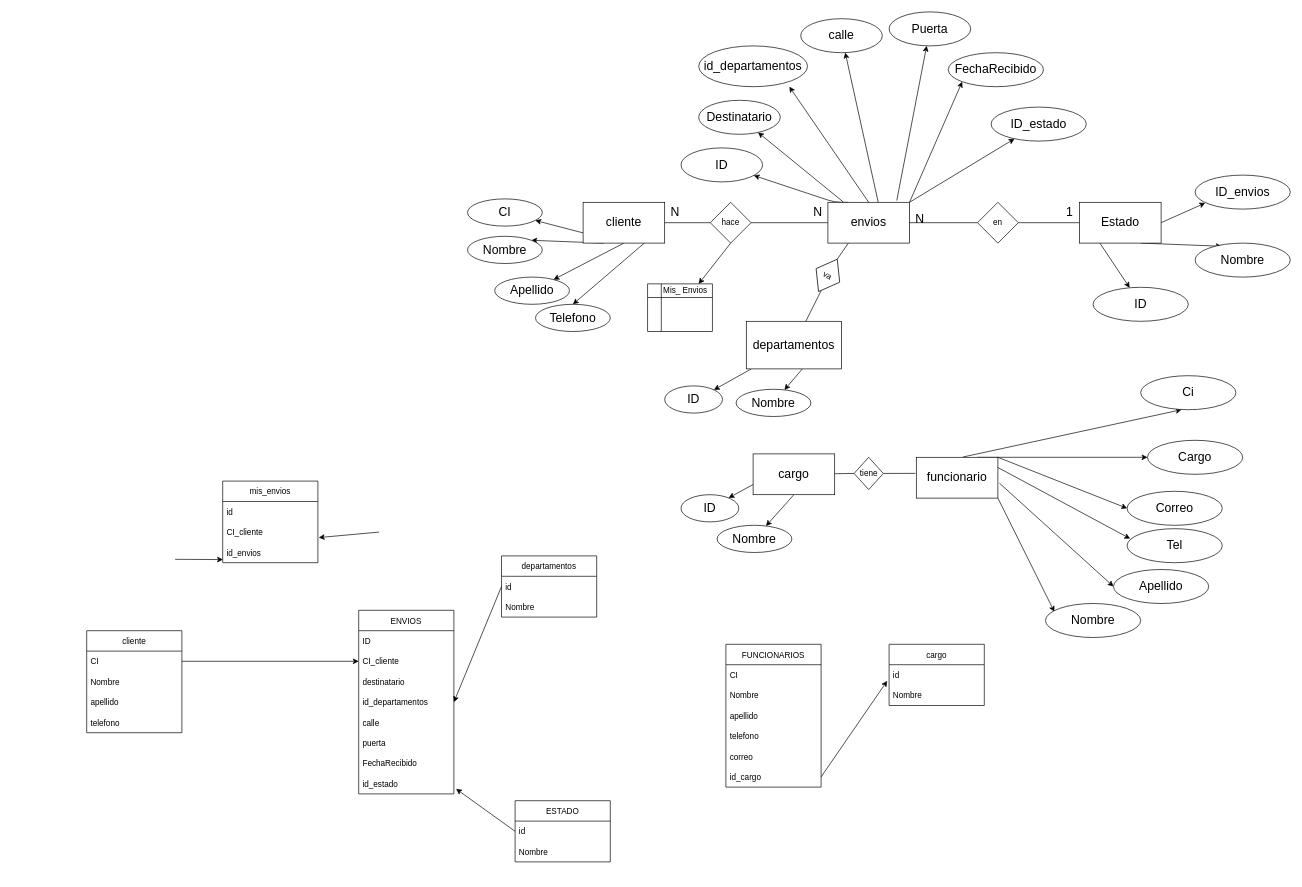
The draw.io diagram documentacion/Mer/mer_V6.drawio in mateovillaa11/Proyecto_FindeA-o, before the edit. Source tidied: cells renumbered, new cells numbered last; positions are measured from the earlier drawing's top-left corner, leaving out a move shared by most shapes. Both pictures are drawn from the tidied source at 68%, with x=0, y=0 at pixel (86, 12).
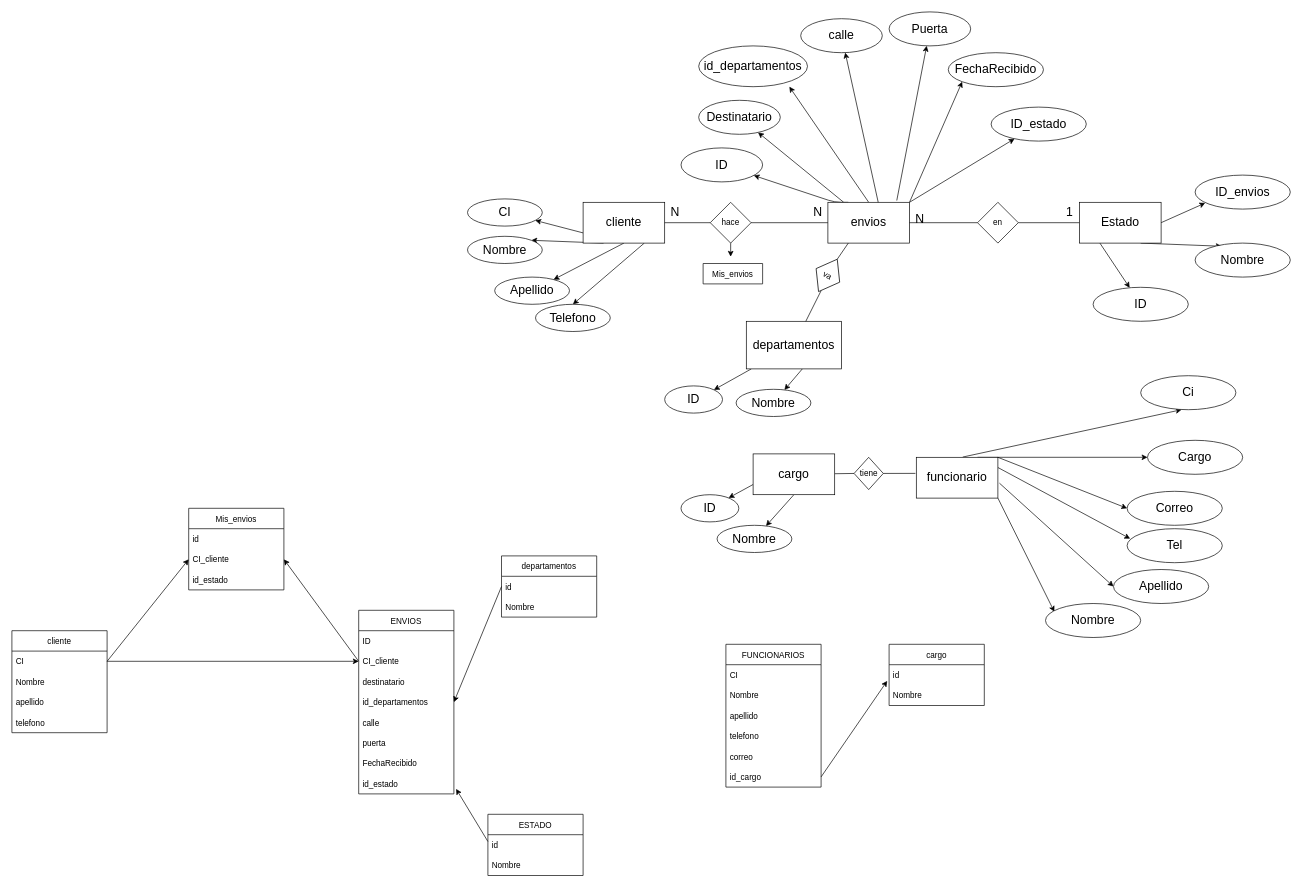
The same diagram, later.

Unchanged cells that the change refers to:
```xml
<mxCell id="11" value="hace" style="rhombus;whiteSpace=wrap;html=1;" parent="1" vertex="1">
  <mxGeometry x="917" y="280" width="60" height="60" as="geometry" />
</mxCell>
<mxCell id="67" value="CI_cliente" style="text;strokeColor=none;fillColor=none;align=left;verticalAlign=middle;spacingLeft=4;spacingRight=4;overflow=hidden;points=[[0,0.5],[1,0.5]];portConstraint=eastwest;" parent="65" vertex="1">
  <mxGeometry y="60" width="140" height="30" as="geometry" />
</mxCell>
<mxCell id="73" value="id_estado" style="text;strokeColor=none;fillColor=none;align=left;verticalAlign=middle;spacingLeft=4;spacingRight=4;overflow=hidden;points=[[0,0.5],[1,0.5]];portConstraint=eastwest;" parent="65" vertex="1">
  <mxGeometry y="240" width="140" height="30" as="geometry" />
</mxCell>
<mxCell id="78" value="CI" style="text;strokeColor=none;fillColor=none;align=left;verticalAlign=middle;spacingLeft=4;spacingRight=4;overflow=hidden;points=[[0,0.5],[1,0.5]];portConstraint=eastwest;" parent="77" vertex="1">
  <mxGeometry y="30" width="140" height="30" as="geometry" />
</mxCell>
<mxCell id="83" value="id" style="text;strokeColor=none;fillColor=none;align=left;verticalAlign=middle;spacingLeft=4;spacingRight=4;overflow=hidden;points=[[0,0.5],[1,0.5]];portConstraint=eastwest;" parent="82" vertex="1">
  <mxGeometry y="30" width="140" height="30" as="geometry" />
</mxCell>
```

Change to the diagram source:
```diff
@@
-    <mxCell id="10" style="edgeStyle=none;html=1;exitX=0.5;exitY=1;exitDx=0;exitDy=0;" parent="1" edge="1" source="11" target="107">
-      <mxGeometry relative="1" as="geometry" />
-    </mxCell>
+    <mxCell id="115" style="edgeStyle=none;html=1;exitX=0.5;exitY=1;exitDx=0;exitDy=0;" parent="1" edge="1" source="11">
+      <mxGeometry relative="1" as="geometry">
+        <mxPoint x="947" y="360" as="targetPoint" />
+      </mxGeometry>
+    </mxCell>
@@
     <mxCell id="77" value="cliente" style="swimlane;fontStyle=0;horizontal=1;startSize=30;" parent="1" vertex="1">
-      <mxGeometry y="910" width="140" height="150" as="geometry" />
+      <mxGeometry x="-110" y="910" width="140" height="150" as="geometry" />
     </mxCell>
@@
     <mxCell id="82" value="ESTADO" style="swimlane;fontStyle=0;horizontal=1;startSize=30;" parent="1" vertex="1">
-      <mxGeometry x="630" y="1160" width="140" height="90" as="geometry" />
+      <mxGeometry x="590" y="1180" width="140" height="90" as="geometry" />
     </mxCell>
@@
-    <mxCell id="106" style="edgeStyle=none;html=1;exitX=0;exitY=0.5;exitDx=0;exitDy=0;entryX=1.023;entryY=0.755;entryDx=0;entryDy=0;entryPerimeter=0;" parent="1" edge="1" source="83" target="73">
+    <mxCell id="106" style="edgeStyle=none;html=1;exitX=0;exitY=0.333;exitDx=0;exitDy=0;entryX=1.023;entryY=0.755;entryDx=0;entryDy=0;entryPerimeter=0;exitPerimeter=0;" parent="1" edge="1" source="83" target="73">
       <mxGeometry relative="1" as="geometry" />
     </mxCell>
-    <mxCell id="107" style="shape=internalStorage;whiteSpace=wrap;html=1;backgroundOutline=1;" parent="1" vertex="1">
-      <mxGeometry x="825" y="400" width="95" height="70" as="geometry" />
-    </mxCell>
-    <mxCell id="108" value="Mis_ Envios" style="text;html=1;align=center;verticalAlign=middle;strokeColor=none;fillColor=none;" parent="1" vertex="1">
-      <mxGeometry x="840" y="400" width="80" height="20" as="geometry" />
-    </mxCell>
-    <mxCell id="109" style="edgeStyle=none;html=1;entryX=1.009;entryY=0.768;entryDx=0;entryDy=0;entryPerimeter=0;" parent="1" edge="1" target="113">
-      <mxGeometry relative="1" as="geometry">
-        <mxPoint x="430" y="765" as="sourcePoint" />
-      </mxGeometry>
-    </mxCell>
-    <mxCell id="110" style="edgeStyle=none;html=1;entryX=0.003;entryY=0.848;entryDx=0;entryDy=0;entryPerimeter=0;" parent="1" edge="1" target="114">
-      <mxGeometry relative="1" as="geometry">
-        <mxPoint x="130" y="805" as="sourcePoint" />
-      </mxGeometry>
-    </mxCell>
-    <mxCell id="111" value="mis_envios" style="swimlane;fontStyle=0;horizontal=1;startSize=30;" parent="1" vertex="1">
-      <mxGeometry x="200" y="690" width="140" height="120" as="geometry" />
-    </mxCell>
+    <mxCell id="116" style="edgeStyle=none;html=1;" parent="1" edge="1">
+      <mxGeometry relative="1" as="geometry">
+        <mxPoint x="940" y="360" as="sourcePoint" />
+        <mxPoint x="940" y="360" as="targetPoint" />
+      </mxGeometry>
+    </mxCell>
+    <mxCell id="117" value="Mis_envios" style="swimlane;fontStyle=0;horizontal=1;startSize=30;" parent="1" vertex="1">
+      <mxGeometry x="150" y="730" width="140" height="120" as="geometry" />
+    </mxCell>
-    <mxCell id="112" value="id" style="text;strokeColor=none;fillColor=none;align=left;verticalAlign=middle;spacingLeft=4;spacingRight=4;overflow=hidden;" parent="111" vertex="1">
+    <mxCell id="112" value="id" style="text;strokeColor=none;fillColor=none;align=left;verticalAlign=middle;spacingLeft=4;spacingRight=4;overflow=hidden;" parent="117" vertex="1">
       <mxGeometry y="30" width="140" height="30" as="geometry" />
     </mxCell>
-    <mxCell id="113" value="CI_cliente" style="text;strokeColor=none;fillColor=none;align=left;verticalAlign=middle;spacingLeft=4;spacingRight=4;overflow=hidden;points=[[0,0.5],[1,0.5]];portConstraint=eastwest;" parent="111" vertex="1">
+    <mxCell id="113" value="CI_cliente" style="text;strokeColor=none;fillColor=none;align=left;verticalAlign=middle;spacingLeft=4;spacingRight=4;overflow=hidden;points=[[0,0.5],[1,0.5]];portConstraint=eastwest;" parent="117" vertex="1">
       <mxGeometry y="60" width="140" height="30" as="geometry" />
     </mxCell>
-    <mxCell id="114" value="id_envios" style="text;strokeColor=none;fillColor=none;align=left;verticalAlign=middle;spacingLeft=4;spacingRight=4;overflow=hidden;points=[[0,0.5],[1,0.5]];portConstraint=eastwest;" parent="111" vertex="1">
-      <mxGeometry y="90" width="140" height="30" as="geometry" />
-    </mxCell>
+    <mxCell id="118" value="id_estado" style="text;strokeColor=none;fillColor=none;align=left;verticalAlign=middle;spacingLeft=4;spacingRight=4;overflow=hidden;" parent="117" vertex="1">
+      <mxGeometry y="90" width="140" height="30" as="geometry" />
+    </mxCell>
+    <mxCell id="119" style="edgeStyle=none;html=1;exitX=0;exitY=0.5;exitDx=0;exitDy=0;entryX=1;entryY=0.5;entryDx=0;entryDy=0;" parent="1" edge="1" source="67" target="113">
+      <mxGeometry relative="1" as="geometry" />
+    </mxCell>
+    <mxCell id="120" style="edgeStyle=none;html=1;exitX=1;exitY=0.5;exitDx=0;exitDy=0;entryX=0;entryY=0.5;entryDx=0;entryDy=0;" parent="1" edge="1" source="78" target="113">
+      <mxGeometry relative="1" as="geometry" />
+    </mxCell>
+    <mxCell id="121" value="Mis_envios" style="swimlane;fontStyle=0;horizontal=1;startSize=30;" parent="1" vertex="1">
+      <mxGeometry x="906.5" y="370" width="87.5" height="30" as="geometry" />
+    </mxCell>
```
